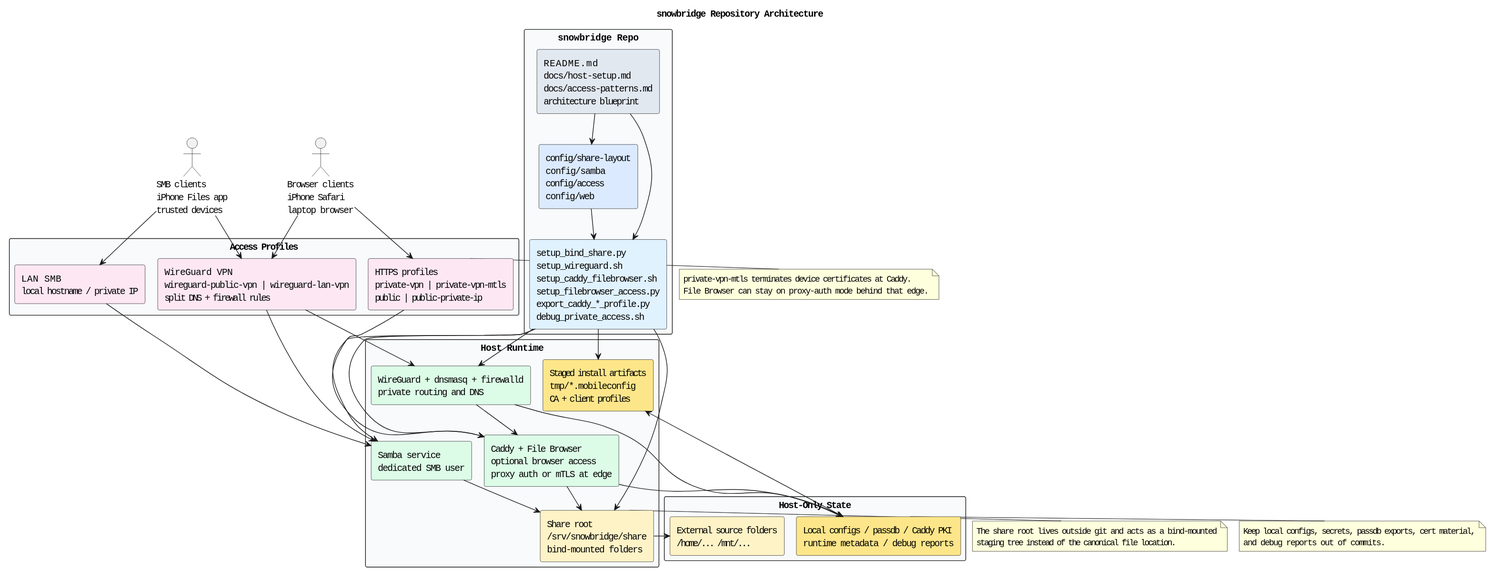
Before: docs/diagrams/repo-architecture.puml.svg, a diagram exported from PlantUML (casonk/snowbridge). Its diagram source:
```plantuml
@startuml
!pragma layout smetana
title snowbridge Repository Architecture
skinparam shadowing false
skinparam defaultFontName Monospace
skinparam packageStyle rectangle
skinparam linetype ortho

actor "SMB clients\niPhone Files app\ntrusted devices" as smb_clients
actor "Browser clients\niPhone Safari\nlaptop browser" as browser_clients

package "Access Profiles" #F8FAFC {
  rectangle "LAN SMB\nlocal hostname / private IP" as lan_smb #FCE7F3
  rectangle "WireGuard VPN\nwireguard-public-vpn | wireguard-lan-vpn\nsplit DNS + firewall rules" as wireguard_profiles #FCE7F3
  rectangle "HTTPS profiles\nprivate-vpn | private-vpn-mtls\npublic | public-private-ip" as https_profiles #FCE7F3
}

package "snowbridge Repo" #F8FAFC {
  rectangle "README.md\ndocs/host-setup.md\ndocs/access-patterns.md\narchitecture blueprint" as repo_docs #E2E8F0
  rectangle "config/share-layout\nconfig/samba\nconfig/access\nconfig/web" as repo_config #DBEAFE
  rectangle "setup_bind_share.py\nsetup_wireguard.sh\nsetup_caddy_filebrowser.sh\nsetup_filebrowser_access.py\nexport_caddy_*_profile.py\ndebug_private_access.sh" as repo_scripts #E0F2FE
}

package "Host Runtime" #F8FAFC {
  rectangle "Samba service\ndedicated SMB user" as samba_service #DCFCE7
  rectangle "Share root\n/srv/snowbridge/share\nbind-mounted folders" as share_root #FEF3C7
  rectangle "WireGuard + dnsmasq + firewalld\nprivate routing and DNS" as private_access #DCFCE7
  rectangle "Caddy + File Browser\noptional browser access\nproxy auth or mTLS at edge" as web_stack #DCFCE7
  rectangle "Staged install artifacts\ntmp/*.mobileconfig\nCA + client profiles" as staged_profiles #FDE68A
}

package "Host-Only State" #F8FAFC {
  rectangle "External source folders\n/home/... /mnt/..." as shared_files #FEF3C7
  rectangle "Local configs / passdb / Caddy PKI\nruntime metadata / debug reports" as host_state #FDE68A
}

smb_clients --> lan_smb
smb_clients --> wireguard_profiles
browser_clients --> wireguard_profiles
browser_clients --> https_profiles

lan_smb --> samba_service
wireguard_profiles --> samba_service
wireguard_profiles --> private_access
private_access --> web_stack
https_profiles --> web_stack

repo_docs --> repo_config
repo_docs --> repo_scripts
repo_config --> repo_scripts
repo_scripts --> samba_service
repo_scripts --> share_root
repo_scripts --> private_access
repo_scripts --> web_stack
repo_scripts --> staged_profiles

samba_service --> share_root
share_root --> shared_files
private_access --> host_state
web_stack --> share_root
web_stack --> host_state
host_state --> staged_profiles

note right of https_profiles
  private-vpn-mtls terminates device certificates at Caddy.
  File Browser can stay on proxy-auth mode behind that edge.
end note

note right of share_root
  The share root lives outside git and acts as a bind-mounted
  staging tree instead of the canonical file location.
end note

note right of host_state
  Keep local configs, secrets, passdb exports, cert material,
  and debug reports out of commits.
end note
@enduml
```
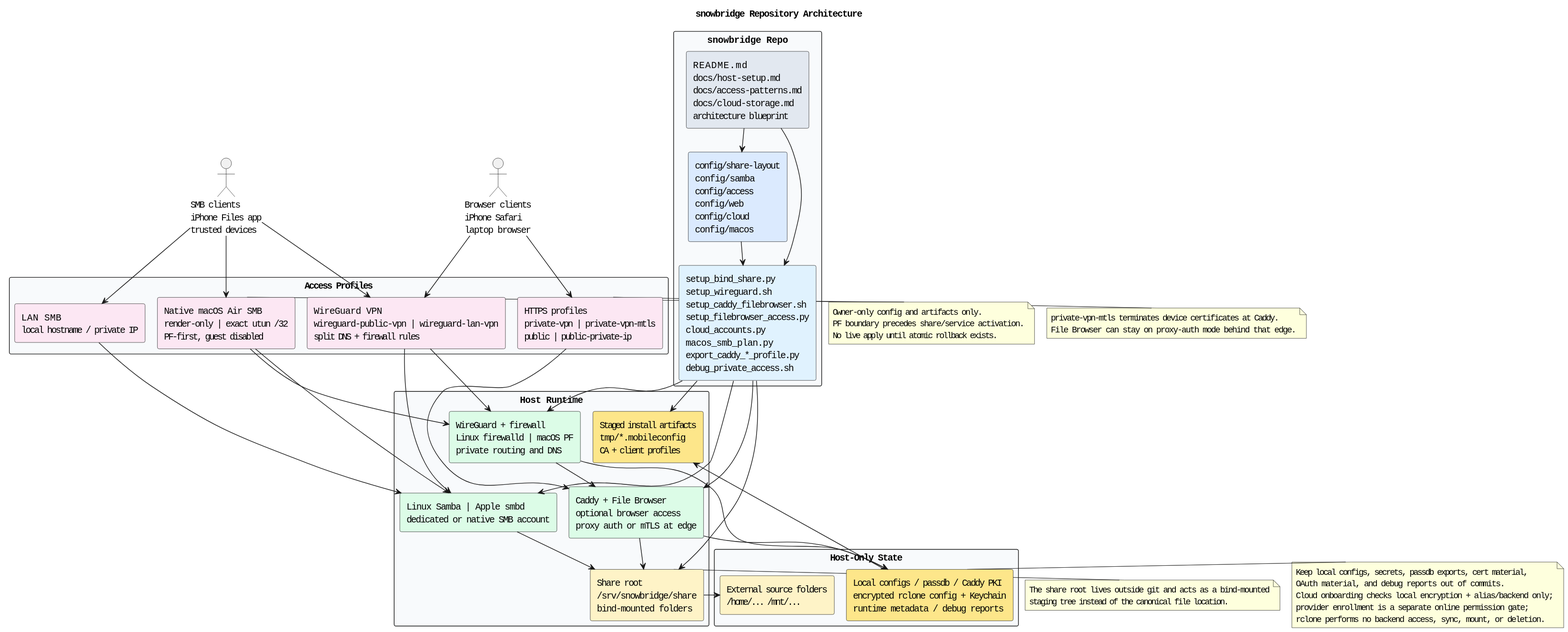
Above is the later version.

What changed in the source:
```diff
@@ -11,35 +11,39 @@
 
 package "Access Profiles" #F8FAFC {
   rectangle "LAN SMB\nlocal hostname / private IP" as lan_smb #FCE7F3
+  rectangle "Native macOS Air SMB\nrender-only | exact utun /32\nPF-first, guest disabled" as macos_air_smb #FCE7F3
   rectangle "WireGuard VPN\nwireguard-public-vpn | wireguard-lan-vpn\nsplit DNS + firewall rules" as wireguard_profiles #FCE7F3
   rectangle "HTTPS profiles\nprivate-vpn | private-vpn-mtls\npublic | public-private-ip" as https_profiles #FCE7F3
 }
 
 package "snowbridge Repo" #F8FAFC {
-  rectangle "README.md\ndocs/host-setup.md\ndocs/access-patterns.md\narchitecture blueprint" as repo_docs #E2E8F0
-  rectangle "config/share-layout\nconfig/samba\nconfig/access\nconfig/web" as repo_config #DBEAFE
-  rectangle "setup_bind_share.py\nsetup_wireguard.sh\nsetup_caddy_filebrowser.sh\nsetup_filebrowser_access.py\nexport_caddy_*_profile.py\ndebug_private_access.sh" as repo_scripts #E0F2FE
+  rectangle "README.md\ndocs/host-setup.md\ndocs/access-patterns.md\ndocs/cloud-storage.md\narchitecture blueprint" as repo_docs #E2E8F0
+  rectangle "config/share-layout\nconfig/samba\nconfig/access\nconfig/web\nconfig/cloud\nconfig/macos" as repo_config #DBEAFE
+  rectangle "setup_bind_share.py\nsetup_wireguard.sh\nsetup_caddy_filebrowser.sh\nsetup_filebrowser_access.py\ncloud_accounts.py\nmacos_smb_plan.py\nexport_caddy_*_profile.py\ndebug_private_access.sh" as repo_scripts #E0F2FE
 }
 
 package "Host Runtime" #F8FAFC {
-  rectangle "Samba service\ndedicated SMB user" as samba_service #DCFCE7
+  rectangle "Linux Samba | Apple smbd\ndedicated or native SMB account" as samba_service #DCFCE7
   rectangle "Share root\n/srv/snowbridge/share\nbind-mounted folders" as share_root #FEF3C7
-  rectangle "WireGuard + dnsmasq + firewalld\nprivate routing and DNS" as private_access #DCFCE7
+  rectangle "WireGuard + firewall\nLinux firewalld | macOS PF\nprivate routing and DNS" as private_access #DCFCE7
   rectangle "Caddy + File Browser\noptional browser access\nproxy auth or mTLS at edge" as web_stack #DCFCE7
   rectangle "Staged install artifacts\ntmp/*.mobileconfig\nCA + client profiles" as staged_profiles #FDE68A
 }
 
 package "Host-Only State" #F8FAFC {
   rectangle "External source folders\n/home/... /mnt/..." as shared_files #FEF3C7
-  rectangle "Local configs / passdb / Caddy PKI\nruntime metadata / debug reports" as host_state #FDE68A
+  rectangle "Local configs / passdb / Caddy PKI\nencrypted rclone config + Keychain\nruntime metadata / debug reports" as host_state #FDE68A
 }
 
 smb_clients --> lan_smb
+smb_clients --> macos_air_smb
 smb_clients --> wireguard_profiles
 browser_clients --> wireguard_profiles
 browser_clients --> https_profiles
 
 lan_smb --> samba_service
+macos_air_smb --> samba_service
+macos_air_smb --> private_access
 wireguard_profiles --> samba_service
 wireguard_profiles --> private_access
 private_access --> web_stack
@@ -71,8 +75,17 @@
   staging tree instead of the canonical file location.
 end note
 
+note right of macos_air_smb
+  Owner-only config and artifacts only.
+  PF boundary precedes share/service activation.
+  No live apply until atomic rollback exists.
+end note
+
 note right of host_state
   Keep local configs, secrets, passdb exports, cert material,
-  and debug reports out of commits.
+  OAuth material, and debug reports out of commits.
+  Cloud onboarding checks local encryption + alias/backend only;
+  provider enrollment is a separate online permission gate;
+  rclone performs no backend access, sync, mount, or deletion.
 end note
 @enduml
```
